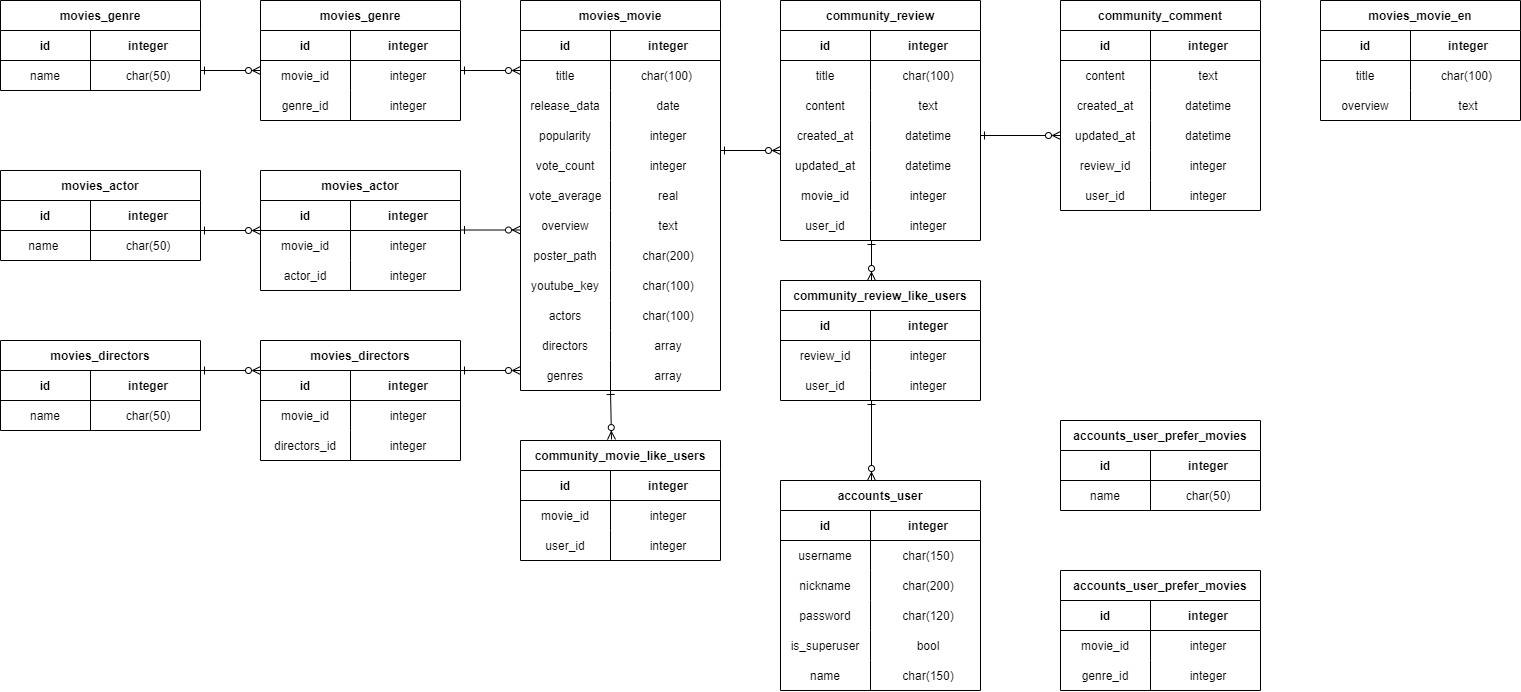
Above: ERD.drawio.png in gilsanguk/MOJI (draw.io), before the change. Source tidied: cells renumbered, new cells last; positions are measured from the earlier drawing's top-left corner, leaving out a move shared by most shapes.
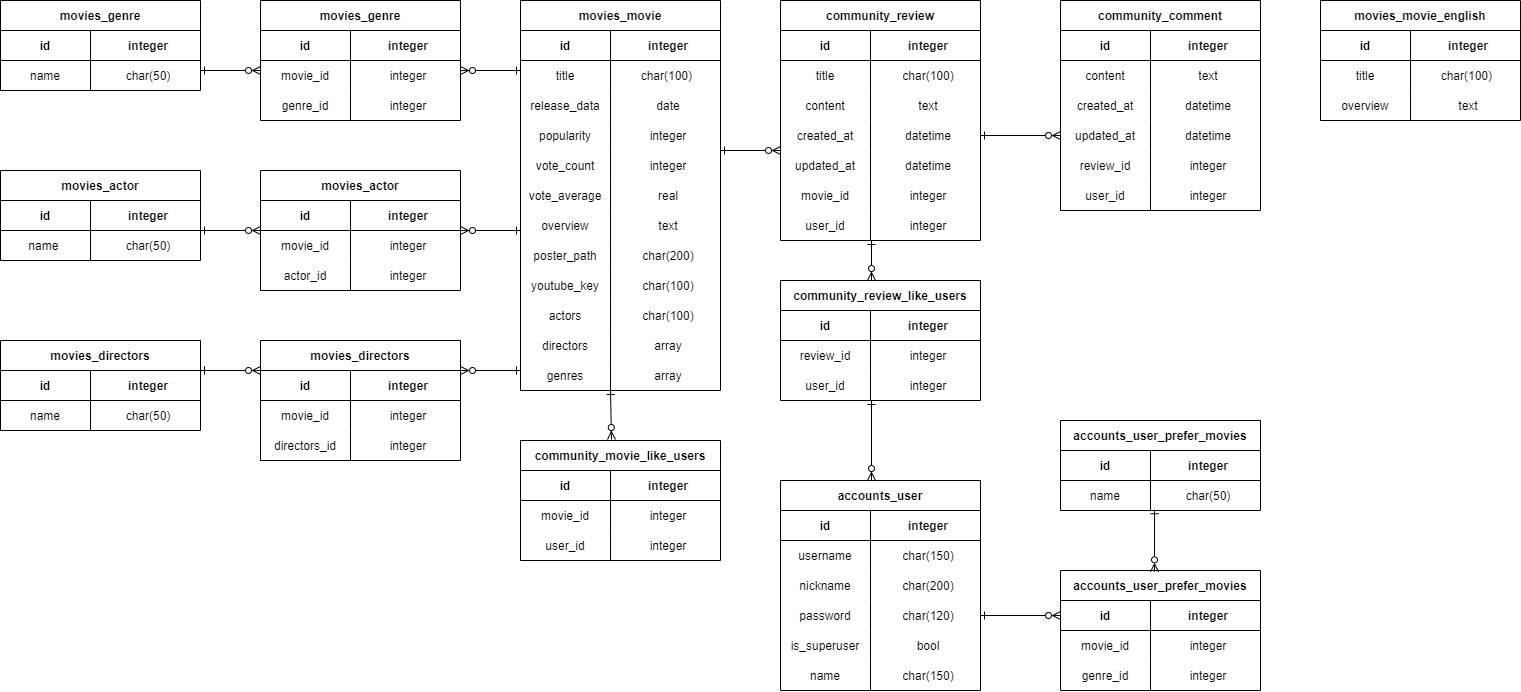
After the change.

Diff of the diagram source:
```diff
@@ -179,7 +179,7 @@
     <mxCell id="60" value="array" style="shape=partialRectangle;overflow=hidden;fillColor=none;top=0;left=0;bottom=0;right=0;align=center;spacingLeft=6;" parent="58" vertex="1">
       <mxGeometry x="90" width="110" height="30" as="geometry" />
     </mxCell>
-    <mxCell id="61" value="movies_movie_en" style="shape=table;startSize=30;rowLines=0;fontStyle=1;align=center;" parent="1" vertex="1">
+    <mxCell id="61" value="movies_movie_english" style="shape=table;startSize=30;rowLines=0;fontStyle=1;align=center;" parent="1" vertex="1">
       <mxGeometry x="1320" width="200" height="120" as="geometry" />
     </mxCell>
     <mxCell id="62" style="shape=partialRectangle;fillColor=none;top=0;left=0;right=0;bottom=1;" parent="61" vertex="1">
@@ -579,19 +579,7 @@
         <mxPoint x="200" y="370" as="targetPoint" />
       </mxGeometry>
     </mxCell>
-    <mxCell id="188" style="fontSize=12;html=1;endArrow=ERone;endFill=0;startArrow=ERzeroToMany;rounded=1;fontFamily=Helvetica;fontColor=default;startFill=0;" parent="1" edge="1">
-      <mxGeometry relative="1" as="geometry">
-        <mxPoint x="520" y="70" as="sourcePoint" />
-        <mxPoint x="460" y="70" as="targetPoint" />
-      </mxGeometry>
-    </mxCell>
-    <mxCell id="189" style="fontSize=12;html=1;endArrow=ERone;endFill=0;startArrow=ERzeroToMany;rounded=1;fontFamily=Helvetica;fontColor=default;startFill=0;" parent="1" edge="1">
-      <mxGeometry relative="1" as="geometry">
-        <mxPoint x="520" y="229.5" as="sourcePoint" />
-        <mxPoint x="460" y="229.5" as="targetPoint" />
-      </mxGeometry>
-    </mxCell>
-    <mxCell id="190" style="fontSize=12;html=1;endArrow=ERone;endFill=0;startArrow=ERzeroToMany;rounded=1;fontFamily=Helvetica;fontColor=default;startFill=0;" parent="1" edge="1">
+    <mxCell id="190" style="fontSize=12;html=1;endArrow=ERzeroToMany;endFill=0;startArrow=ERone;rounded=1;fontFamily=Helvetica;fontColor=default;startFill=0;" parent="1" edge="1">
       <mxGeometry relative="1" as="geometry">
         <mxPoint x="520" y="370" as="sourcePoint" />
         <mxPoint x="460" y="370" as="targetPoint" />
@@ -648,5 +636,23 @@
     <mxCell id="207" value="integer" style="shape=partialRectangle;overflow=hidden;fillColor=none;top=0;left=0;bottom=0;right=0;align=center;spacingLeft=6;" parent="205" vertex="1">
       <mxGeometry x="90" width="110" height="30" as="geometry" />
     </mxCell>
+    <mxCell id="208" style="fontSize=12;html=1;endArrow=ERone;endFill=0;startArrow=ERzeroToMany;rounded=1;fontFamily=Helvetica;fontColor=default;startFill=0;exitX=0.47;exitY=0.011;exitDx=0;exitDy=0;exitPerimeter=0;entryX=0.47;entryY=0.975;entryDx=0;entryDy=0;entryPerimeter=0;" parent="1" edge="1" source="198" target="195">
+      <mxGeometry relative="1" as="geometry" />
+    </mxCell>
+    <mxCell id="209" style="fontSize=12;html=1;endArrow=ERzeroToMany;endFill=0;startArrow=ERone;rounded=1;fontFamily=Helvetica;fontColor=default;startFill=0;" parent="1" edge="1">
+      <mxGeometry relative="1" as="geometry">
+        <mxPoint x="520" y="230" as="sourcePoint" />
+        <mxPoint x="460" y="230" as="targetPoint" />
+      </mxGeometry>
+    </mxCell>
+    <mxCell id="210" style="fontSize=12;html=1;endArrow=ERzeroToMany;endFill=0;startArrow=ERone;rounded=1;fontFamily=Helvetica;fontColor=default;startFill=0;" parent="1" edge="1">
+      <mxGeometry relative="1" as="geometry">
+        <mxPoint x="520" y="70" as="sourcePoint" />
+        <mxPoint x="460" y="70" as="targetPoint" />
+      </mxGeometry>
+    </mxCell>
+    <mxCell id="211" style="fontSize=12;html=1;endArrow=ERone;endFill=0;startArrow=ERzeroToMany;rounded=1;fontFamily=Helvetica;fontColor=default;startFill=0;exitX=0;exitY=0.5;exitDx=0;exitDy=0;entryX=1;entryY=0.5;entryDx=0;entryDy=0;" parent="1" edge="1" source="199" target="121">
+      <mxGeometry relative="1" as="geometry" />
+    </mxCell>
   </root>
 </mxGraphModel>
```
